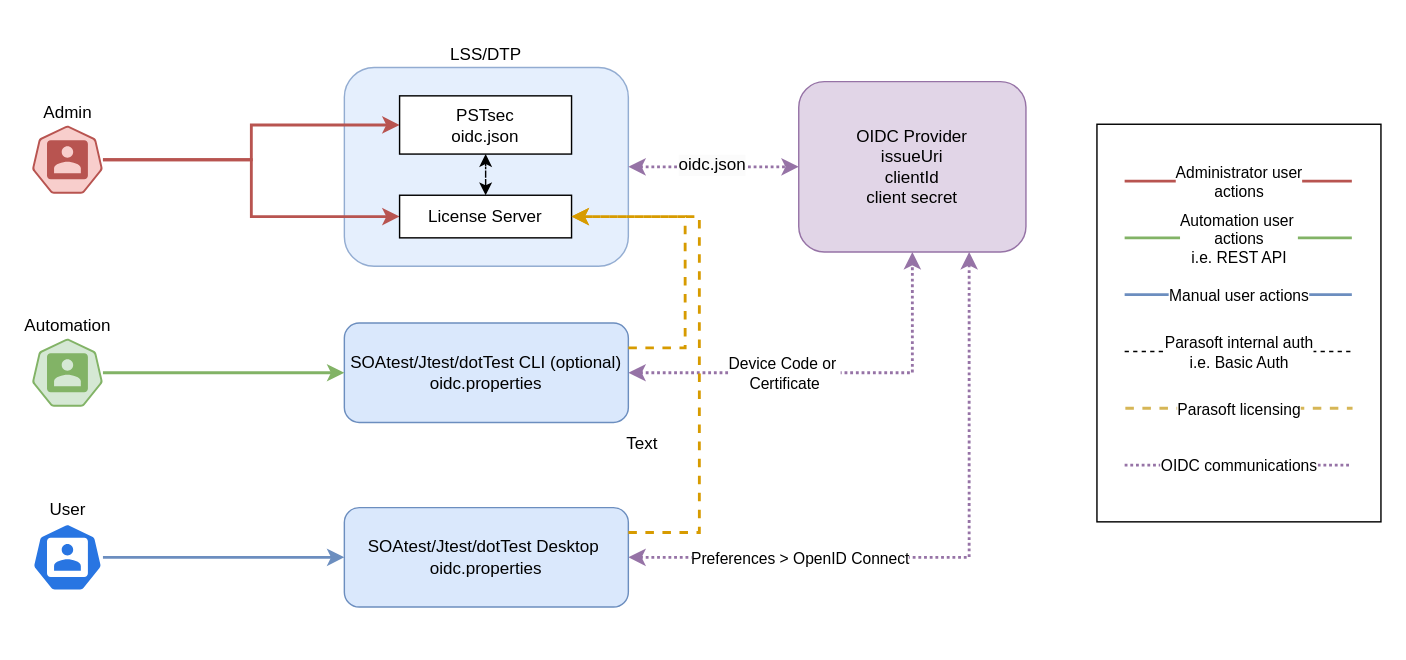
Above: page "cli" (2 of 2) of oidc.drawio in gtrofimov/draw-io-projects (draw.io), before the change. Source tidied: cells renumbered, new cells numbered last; positions are measured from the earlier drawing's top-left corner, leaving out a move shared by most shapes. Both pictures are drawn from the tidied source at 142%, with x=0, y=0 at pixel (31, 67).
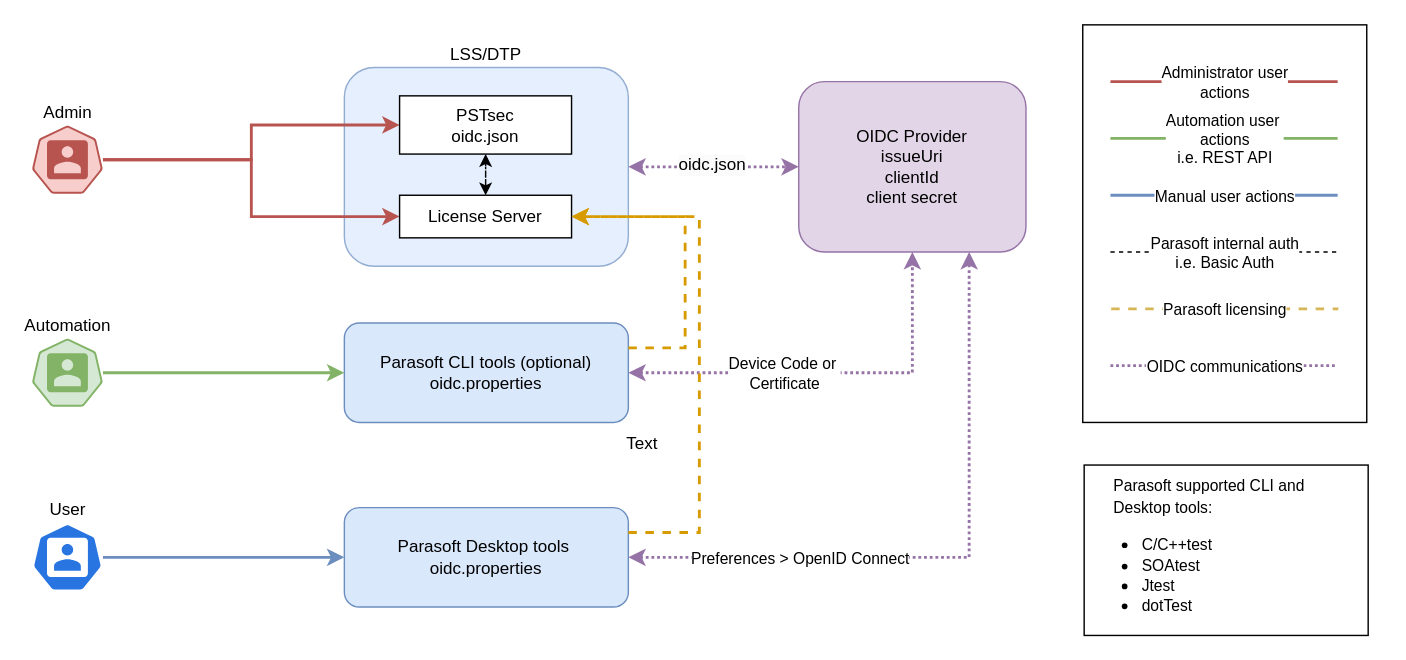
The same page after the edit.

Diff of the diagram source:
```diff
@@
-    <mxCell id="5" value="&lt;div&gt;SOAtest/Jtest/dotTest CLI (optional)&lt;br&gt;&lt;div&gt;&lt;div&gt;oidc.properties&lt;/div&gt;&lt;/div&gt;&lt;/div&gt;" style="rounded=1;whiteSpace=wrap;html=1;fillColor=#dae8fc;strokeColor=#6c8ebf;" parent="1" vertex="1">
+    <mxCell id="5" value="&lt;div&gt;Parasoft CLI tools (optional)&lt;div&gt;&lt;div&gt;oidc.properties&lt;/div&gt;&lt;/div&gt;&lt;/div&gt;" style="rounded=1;whiteSpace=wrap;html=1;fillColor=#dae8fc;strokeColor=#6c8ebf;" parent="1" vertex="1">
       <mxGeometry x="220" y="180" width="200" height="70" as="geometry" />
     </mxCell>
@@
-    <mxCell id="21" value="SOAtest/Jtest/dotTest Desktop&amp;nbsp;&lt;div&gt;&lt;div&gt;oidc.properties&lt;/div&gt;&lt;/div&gt;" style="rounded=1;whiteSpace=wrap;html=1;fillColor=#dae8fc;strokeColor=#6c8ebf;" parent="1" vertex="1">
+    <mxCell id="21" value="Parasoft Desktop tools&amp;nbsp;&lt;div&gt;&lt;div&gt;oidc.properties&lt;/div&gt;&lt;/div&gt;" style="rounded=1;whiteSpace=wrap;html=1;fillColor=#dae8fc;strokeColor=#6c8ebf;" parent="1" vertex="1">
       <mxGeometry x="220" y="310" width="200" height="70" as="geometry" />
     </mxCell>
@@
     <mxCell id="25" style="group;" parent="1" vertex="1">
-      <mxGeometry x="750" y="40" width="200" height="280" as="geometry" />
+      <mxGeometry x="740" y="-30" width="200" height="280" as="geometry" />
     </mxCell>
@@
+    <mxCell id="39" value="&lt;div style=&quot;text-align: left; padding-left: 20px; padding-right: 20px;&quot;&gt;&lt;span style=&quot;background-color: transparent; color: light-dark(rgb(0, 0, 0), rgb(255, 255, 255));&quot;&gt;&lt;font style=&quot;font-size: 11px;&quot;&gt;Parasoft supported CLI and Desktop tools:&lt;/font&gt;&lt;/span&gt;&lt;/div&gt;&lt;div style=&quot;text-align: left;&quot;&gt;&lt;ul style=&quot;margin-bottom: 6px;&quot;&gt;&lt;li&gt;&lt;span style=&quot;background-color: transparent; color: light-dark(rgb(0, 0, 0), rgb(255, 255, 255));&quot;&gt;&lt;font style=&quot;font-size: 11px;&quot;&gt;C/C++test&lt;/font&gt;&lt;/span&gt;&lt;/li&gt;&lt;li&gt;&lt;span style=&quot;background-color: transparent; color: light-dark(rgb(0, 0, 0), rgb(255, 255, 255));&quot;&gt;&lt;font style=&quot;font-size: 11px;&quot;&gt;SOAtest&lt;/font&gt;&lt;/span&gt;&lt;/li&gt;&lt;li&gt;&lt;span style=&quot;background-color: transparent; color: light-dark(rgb(0, 0, 0), rgb(255, 255, 255));&quot;&gt;&lt;font style=&quot;font-size: 11px;&quot;&gt;Jtest&lt;/font&gt;&lt;/span&gt;&lt;/li&gt;&lt;li&gt;&lt;span style=&quot;background-color: transparent; color: light-dark(rgb(0, 0, 0), rgb(255, 255, 255));&quot;&gt;&lt;font style=&quot;font-size: 11px;&quot;&gt;dotTest&lt;/font&gt;&lt;/span&gt;&lt;/li&gt;&lt;/ul&gt;&lt;/div&gt;" style="rounded=0;whiteSpace=wrap;html=1;" parent="1" vertex="1">
+      <mxGeometry x="741" y="280" width="200" height="120" as="geometry" />
+    </mxCell>
```
